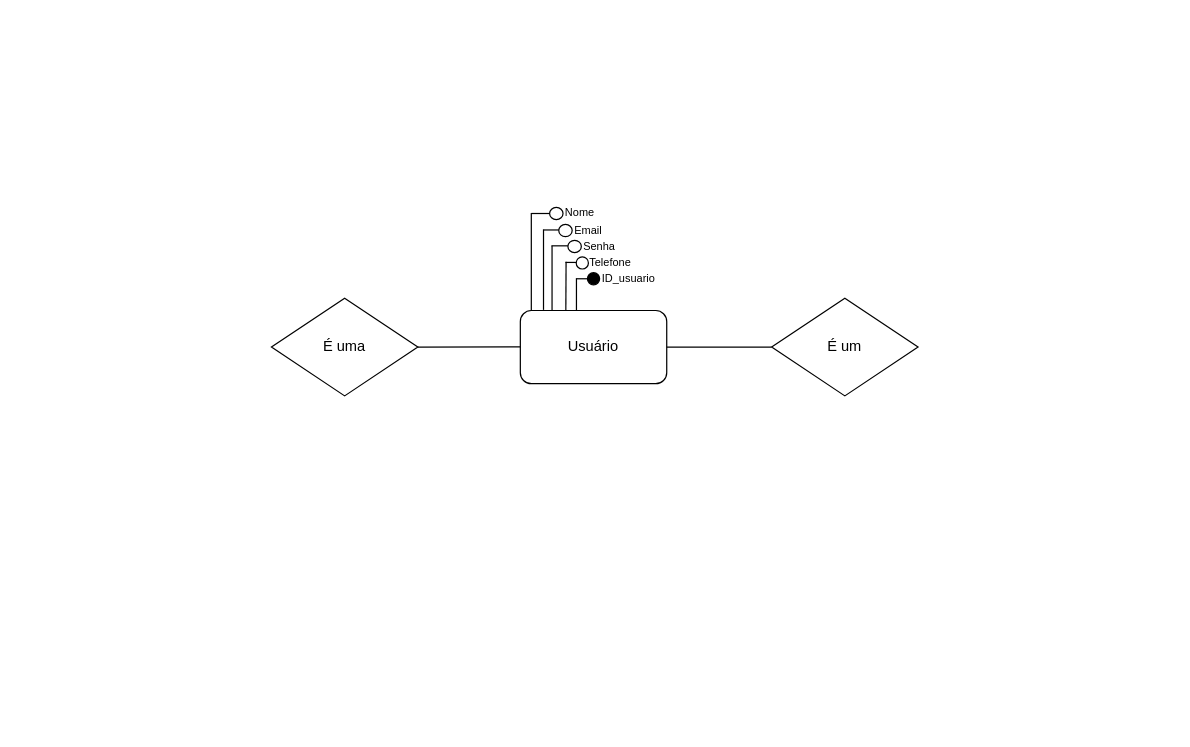
Before: Diagrama sem nome.drawio in Scoorpioon/TheGamersDream, a draw.io diagram. Source tidied: cells renumbered, new cells numbered last; positions are measured from the earlier drawing's top-left corner, leaving out a move shared by most shapes. Both pictures are drawn from the tidied source at 122%, with x=0, y=0 at pixel (271, 196).
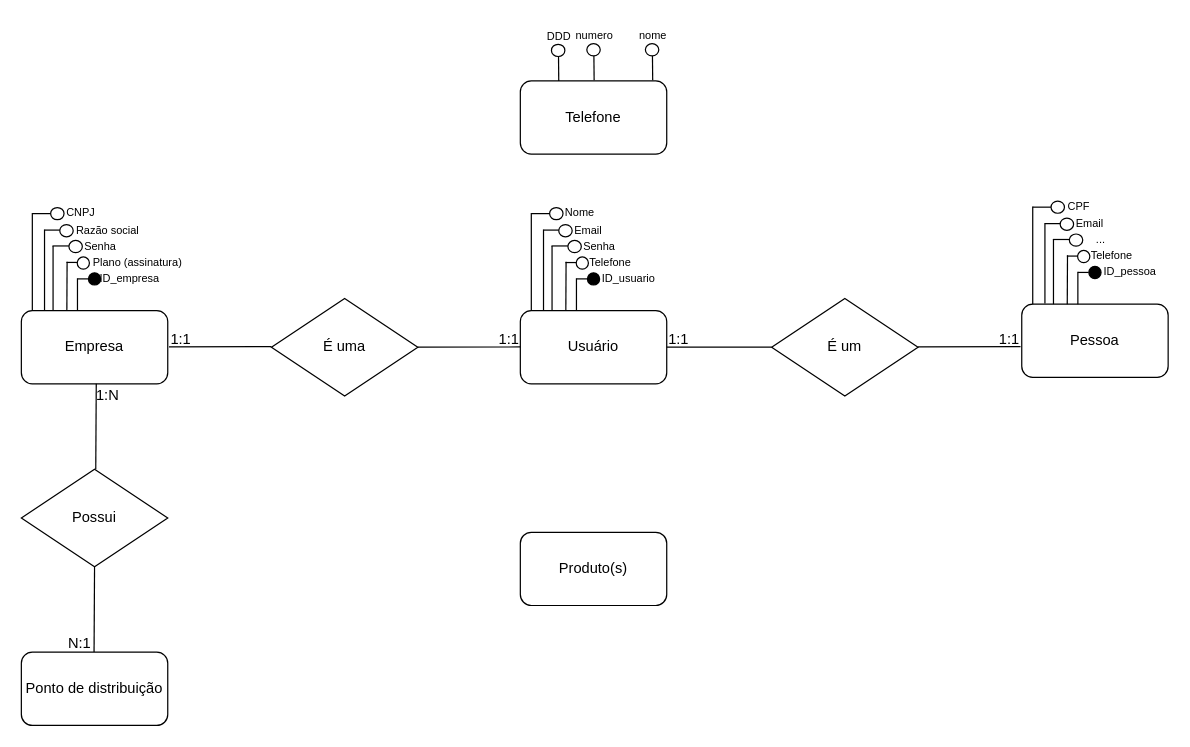
The same page after the edit.

Commit message:
Login versao 1

Diff of the diagram source:
```diff
@@
     <mxCell id="2" value="Usuário" style="rounded=1;whiteSpace=wrap;html=1;fontSize=12;glass=0;strokeWidth=1;shadow=0;" parent="1" vertex="1">
-      <mxGeometry x="204" y="93" width="120" height="60" as="geometry" />
+      <mxGeometry x="204" y="93.1" width="120" height="60" as="geometry" />
     </mxCell>
     <mxCell id="3" style="group;" parent="1" vertex="1">
-      <mxGeometry x="213" width="60" height="28.5" as="geometry" />
+      <mxGeometry x="213" y="0.1" width="60" height="28.5" as="geometry" />
     </mxCell>
@@
     <mxCell id="7" style="endArrow=none;html=1;rounded=0;" parent="1" edge="1">
       <mxGeometry relative="1" as="geometry">
-        <mxPoint x="213" y="93" as="sourcePoint" />
-        <mxPoint x="213" y="13" as="targetPoint" />
+        <mxPoint x="213" y="93.1" as="sourcePoint" />
+        <mxPoint x="213" y="13.1" as="targetPoint" />
       </mxGeometry>
     </mxCell>
     <mxCell id="8" style="group;" parent="1" vertex="1">
-      <mxGeometry x="250" y="49.5" width="60" height="43.5" as="geometry" />
+      <mxGeometry x="250" y="49.6" width="60" height="43.5" as="geometry" />
     </mxCell>
@@
     <mxCell id="14" style="endArrow=none;html=1;rounded=0;entryX=0;entryY=0.5;entryDx=0;entryDy=0;" parent="1" edge="1">
       <mxGeometry relative="1" as="geometry">
-        <mxPoint x="223" y="27" as="sourcePoint" />
-        <mxPoint x="236" y="27" as="targetPoint" />
+        <mxPoint x="223" y="27.1" as="sourcePoint" />
+        <mxPoint x="236" y="27.1" as="targetPoint" />
       </mxGeometry>
     </mxCell>
     <mxCell id="15" style="endArrow=none;html=1;rounded=0;" parent="1" edge="1">
       <mxGeometry relative="1" as="geometry">
-        <mxPoint x="230" y="93" as="sourcePoint" />
-        <mxPoint x="230" y="40" as="targetPoint" />
+        <mxPoint x="230" y="93.1" as="sourcePoint" />
+        <mxPoint x="230" y="40.1" as="targetPoint" />
       </mxGeometry>
     </mxCell>
     <mxCell id="16" style="endArrow=none;html=1;rounded=0;" parent="1" edge="1">
       <mxGeometry relative="1" as="geometry">
-        <mxPoint x="229.5" y="40" as="sourcePoint" />
-        <mxPoint x="243" y="40" as="targetPoint" />
+        <mxPoint x="229.5" y="40.1" as="sourcePoint" />
+        <mxPoint x="243" y="40.1" as="targetPoint" />
       </mxGeometry>
     </mxCell>
     <mxCell id="17" style="group;" parent="1" vertex="1">
-      <mxGeometry x="130" y="43" width="163.5" height="50" as="geometry" />
+      <mxGeometry x="130" y="43.1" width="163.5" height="50" as="geometry" />
     </mxCell>
@@
     <mxCell id="22" style="ellipse;whiteSpace=wrap;html=1;strokeWidth=1;fillStyle=auto;" parent="1" vertex="1">
-      <mxGeometry x="235.5" y="22.5" width="11" height="10" as="geometry" />
+      <mxGeometry x="235.5" y="22.6" width="11" height="10" as="geometry" />
     </mxCell>
     <mxCell id="23" style="endArrow=none;html=1;rounded=0;" parent="1" edge="1">
       <mxGeometry relative="1" as="geometry">
-        <mxPoint x="250" y="67" as="sourcePoint" />
-        <mxPoint x="258.8" y="67" as="targetPoint" />
+        <mxPoint x="250" y="67.1" as="sourcePoint" />
+        <mxPoint x="258.8" y="67.1" as="targetPoint" />
       </mxGeometry>
     </mxCell>
     <mxCell id="24" style="ellipse;whiteSpace=wrap;html=1;strokeWidth=1;fillStyle=auto;fillColor=#000000;strokeColor=#000000;" parent="1" vertex="1">
-      <mxGeometry x="259" y="62" width="10" height="10" as="geometry" />
+      <mxGeometry x="259" y="62.1" width="10" height="10" as="geometry" />
     </mxCell>
     <mxCell id="25" value="ID_usuario" style="text;html=1;align=center;verticalAlign=middle;whiteSpace=wrap;rounded=0;fontSize=9;" parent="1" vertex="1">
-      <mxGeometry x="280" y="59" width="26.1" height="15.3" as="geometry" />
+      <mxGeometry x="280" y="59.1" width="26.1" height="15.3" as="geometry" />
     </mxCell>
     <mxCell id="26" style="endArrow=none;html=1;rounded=0;" parent="1" edge="1">
       <mxGeometry relative="1" as="geometry">
-        <mxPoint x="120" y="123" as="sourcePoint" />
-        <mxPoint x="204" y="122.8" as="targetPoint" />
+        <mxPoint x="120" y="123.1" as="sourcePoint" />
+        <mxPoint x="204" y="122.9" as="targetPoint" />
       </mxGeometry>
     </mxCell>
     <mxCell id="27" style="endArrow=none;html=1;rounded=0;" parent="1" edge="1">
       <mxGeometry relative="1" as="geometry">
-        <mxPoint x="324" y="123" as="sourcePoint" />
-        <mxPoint x="410" y="123" as="targetPoint" />
+        <mxPoint x="324" y="123.1" as="sourcePoint" />
+        <mxPoint x="410" y="123.1" as="targetPoint" />
       </mxGeometry>
     </mxCell>
     <mxCell id="28" value="É uma" style="rhombus;whiteSpace=wrap;html=1;" parent="1" vertex="1">
-      <mxGeometry y="83" width="120" height="80" as="geometry" />
+      <mxGeometry y="83.1" width="120" height="80" as="geometry" />
     </mxCell>
     <mxCell id="29" value="É um" style="rhombus;whiteSpace=wrap;html=1;" parent="1" vertex="1">
-      <mxGeometry x="410" y="83" width="120" height="80" as="geometry" />
+      <mxGeometry x="410" y="83.1" width="120" height="80" as="geometry" />
     </mxCell>
+    <mxCell id="30" style="endArrow=none;html=1;rounded=0;" parent="1" edge="1">
+      <mxGeometry relative="1" as="geometry">
+        <mxPoint x="-84" y="122.8" as="sourcePoint" />
+        <mxPoint y="122.6" as="targetPoint" />
+      </mxGeometry>
+    </mxCell>
+    <mxCell id="31" style="endArrow=none;html=1;rounded=0;" parent="1" edge="1">
+      <mxGeometry relative="1" as="geometry">
+        <mxPoint x="530" y="122.8" as="sourcePoint" />
+        <mxPoint x="614" y="122.6" as="targetPoint" />
+      </mxGeometry>
+    </mxCell>
+    <mxCell id="32" value="Empresa" style="rounded=1;whiteSpace=wrap;html=1;fontSize=12;glass=0;strokeWidth=1;shadow=0;" parent="1" vertex="1">
+      <mxGeometry x="-205" y="93.1" width="120" height="60" as="geometry" />
+    </mxCell>
+    <mxCell id="33" style="group;" parent="1" vertex="1">
+      <mxGeometry x="-196" y="0.1" width="60" height="28.5" as="geometry" />
+    </mxCell>
+    <mxCell id="34" style="endArrow=none;html=1;rounded=0;" parent="33" edge="1">
+      <mxGeometry relative="1" as="geometry">
+        <mxPoint y="13.5" as="sourcePoint" />
+        <mxPoint x="20" y="13.5" as="targetPoint" />
+      </mxGeometry>
+    </mxCell>
+    <mxCell id="35" style="ellipse;whiteSpace=wrap;html=1;strokeWidth=1;fillStyle=auto;" parent="33" vertex="1">
+      <mxGeometry x="15" y="8.5" width="11" height="10" as="geometry" />
+    </mxCell>
+    <mxCell id="36" value="CNPJ" style="text;html=1;align=center;verticalAlign=middle;whiteSpace=wrap;rounded=0;fontSize=9;" parent="33" vertex="1">
+      <mxGeometry x="20" width="40" height="25" as="geometry" />
+    </mxCell>
+    <mxCell id="37" style="endArrow=none;html=1;rounded=0;" parent="1" edge="1">
+      <mxGeometry relative="1" as="geometry">
+        <mxPoint x="-196" y="93.1" as="sourcePoint" />
+        <mxPoint x="-196" y="13.1" as="targetPoint" />
+      </mxGeometry>
+    </mxCell>
+    <mxCell id="38" style="group;" parent="1" vertex="1">
+      <mxGeometry x="-159" y="49.6" width="60" height="43.5" as="geometry" />
+    </mxCell>
+    <mxCell id="39" style="endArrow=none;html=1;rounded=0;" parent="38" edge="1">
+      <mxGeometry relative="1" as="geometry">
+        <mxPoint x="-27" y="43" as="sourcePoint" />
+        <mxPoint x="-27" y="-23" as="targetPoint" />
+      </mxGeometry>
+    </mxCell>
+    <mxCell id="40" value="Razão social" style="text;html=1;align=center;verticalAlign=middle;whiteSpace=wrap;rounded=0;fontSize=9;" parent="38" vertex="1">
+      <mxGeometry x="-10" y="-34.5" width="70" height="25" as="geometry" />
+    </mxCell>
+    <mxCell id="41" style="ellipse;whiteSpace=wrap;html=1;strokeWidth=1;fillStyle=auto;" parent="38" vertex="1">
+      <mxGeometry x="-7" y="-14" width="11" height="10" as="geometry" />
+    </mxCell>
+    <mxCell id="42" value="Senha" style="text;html=1;align=center;verticalAlign=middle;whiteSpace=wrap;rounded=0;fontSize=9;" parent="38" vertex="1">
+      <mxGeometry x="-1" y="-21.5" width="40" height="25" as="geometry" />
+    </mxCell>
+    <mxCell id="43" style="endArrow=none;html=1;rounded=0;" parent="38" edge="1">
+      <mxGeometry relative="1" as="geometry">
+        <mxPoint y="43.5" as="sourcePoint" />
+        <mxPoint y="17" as="targetPoint" />
+      </mxGeometry>
+    </mxCell>
+    <mxCell id="44" style="endArrow=none;html=1;rounded=0;entryX=0;entryY=0.5;entryDx=0;entryDy=0;" parent="1" edge="1">
+      <mxGeometry relative="1" as="geometry">
+        <mxPoint x="-186" y="27.1" as="sourcePoint" />
+        <mxPoint x="-173" y="27.1" as="targetPoint" />
+      </mxGeometry>
+    </mxCell>
+    <mxCell id="45" style="endArrow=none;html=1;rounded=0;" parent="1" edge="1">
+      <mxGeometry relative="1" as="geometry">
+        <mxPoint x="-179" y="93.1" as="sourcePoint" />
+        <mxPoint x="-179" y="40.1" as="targetPoint" />
+      </mxGeometry>
+    </mxCell>
+    <mxCell id="46" style="endArrow=none;html=1;rounded=0;" parent="1" edge="1">
+      <mxGeometry relative="1" as="geometry">
+        <mxPoint x="-179.5" y="40.1" as="sourcePoint" />
+        <mxPoint x="-166" y="40.1" as="targetPoint" />
+      </mxGeometry>
+    </mxCell>
+    <mxCell id="47" style="ellipse;whiteSpace=wrap;html=1;strokeWidth=1;fillStyle=auto;" parent="1" vertex="1">
+      <mxGeometry x="-159.2" y="49.1" width="10" height="10" as="geometry" />
+    </mxCell>
+    <mxCell id="48" value="Plano (assinatura)" style="text;html=1;align=center;verticalAlign=middle;whiteSpace=wrap;rounded=0;fontSize=9;" parent="1" vertex="1">
+      <mxGeometry x="-148.6" y="46.1" width="78.6" height="15.3" as="geometry" />
+    </mxCell>
+    <mxCell id="49" style="endArrow=none;html=1;rounded=0;" parent="1" edge="1">
+      <mxGeometry relative="1" as="geometry">
+        <mxPoint x="-167.7" y="93.1" as="sourcePoint" />
+        <mxPoint x="-167.5" y="53.1" as="targetPoint" />
+      </mxGeometry>
+    </mxCell>
+    <mxCell id="50" style="endArrow=none;html=1;rounded=0;" parent="1" edge="1">
+      <mxGeometry relative="1" as="geometry">
+        <mxPoint x="-168" y="53.6" as="sourcePoint" />
+        <mxPoint x="-159.2" y="53.6" as="targetPoint" />
+      </mxGeometry>
+    </mxCell>
+    <mxCell id="51" style="ellipse;whiteSpace=wrap;html=1;strokeWidth=1;fillStyle=auto;" parent="1" vertex="1">
+      <mxGeometry x="-173.5" y="22.6" width="11" height="10" as="geometry" />
+    </mxCell>
+    <mxCell id="52" style="endArrow=none;html=1;rounded=0;" parent="1" edge="1">
+      <mxGeometry relative="1" as="geometry">
+        <mxPoint x="-159" y="67.1" as="sourcePoint" />
+        <mxPoint x="-150.2" y="67.1" as="targetPoint" />
+      </mxGeometry>
+    </mxCell>
+    <mxCell id="53" style="ellipse;whiteSpace=wrap;html=1;strokeWidth=1;fillStyle=auto;fillColor=#000000;strokeColor=#000000;" parent="1" vertex="1">
+      <mxGeometry x="-150" y="62.1" width="10" height="10" as="geometry" />
+    </mxCell>
+    <mxCell id="54" value="ID_empresa" style="text;html=1;align=center;verticalAlign=middle;whiteSpace=wrap;rounded=0;fontSize=9;" parent="1" vertex="1">
+      <mxGeometry x="-129" y="59.1" width="26.1" height="15.3" as="geometry" />
+    </mxCell>
+    <mxCell id="55" value="Pessoa" style="rounded=1;whiteSpace=wrap;html=1;fontSize=12;glass=0;strokeWidth=1;shadow=0;" parent="1" vertex="1">
+      <mxGeometry x="615" y="87.8" width="120" height="60" as="geometry" />
+    </mxCell>
+    <mxCell id="56" style="group;" parent="1" vertex="1">
+      <mxGeometry x="624" y="-5.2" width="60" height="28.5" as="geometry" />
+    </mxCell>
+    <mxCell id="57" style="endArrow=none;html=1;rounded=0;" parent="56" edge="1">
+      <mxGeometry relative="1" as="geometry">
+        <mxPoint y="13.5" as="sourcePoint" />
+        <mxPoint x="20" y="13.5" as="targetPoint" />
+      </mxGeometry>
+    </mxCell>
+    <mxCell id="58" style="ellipse;whiteSpace=wrap;html=1;strokeWidth=1;fillStyle=auto;" parent="56" vertex="1">
+      <mxGeometry x="15" y="8.5" width="11" height="10" as="geometry" />
+    </mxCell>
+    <mxCell id="59" value="CPF" style="text;html=1;align=center;verticalAlign=middle;whiteSpace=wrap;rounded=0;fontSize=9;" parent="56" vertex="1">
+      <mxGeometry x="18" y="1" width="40" height="25" as="geometry" />
+    </mxCell>
+    <mxCell id="60" style="endArrow=none;html=1;rounded=0;" parent="1" edge="1">
+      <mxGeometry relative="1" as="geometry">
+        <mxPoint x="624" y="87.8" as="sourcePoint" />
+        <mxPoint x="624" y="7.8" as="targetPoint" />
+      </mxGeometry>
+    </mxCell>
+    <mxCell id="61" style="group;" parent="1" vertex="1">
+      <mxGeometry x="661" y="44.3" width="60" height="43.5" as="geometry" />
+    </mxCell>
+    <mxCell id="62" style="endArrow=none;html=1;rounded=0;" parent="61" edge="1">
+      <mxGeometry relative="1" as="geometry">
+        <mxPoint x="-27" y="43" as="sourcePoint" />
+        <mxPoint x="-27" y="-23" as="targetPoint" />
+      </mxGeometry>
+    </mxCell>
+    <mxCell id="63" value="Email" style="text;html=1;align=center;verticalAlign=middle;whiteSpace=wrap;rounded=0;fontSize=9;" parent="61" vertex="1">
+      <mxGeometry x="-10" y="-34.5" width="40" height="25" as="geometry" />
+    </mxCell>
+    <mxCell id="64" style="ellipse;whiteSpace=wrap;html=1;strokeWidth=1;fillStyle=auto;" parent="61" vertex="1">
+      <mxGeometry x="-7" y="-14" width="11" height="10" as="geometry" />
+    </mxCell>
+    <mxCell id="65" value="..." style="text;html=1;align=center;verticalAlign=middle;whiteSpace=wrap;rounded=0;fontSize=9;" parent="61" vertex="1">
+      <mxGeometry x="-1" y="-21.5" width="40" height="25" as="geometry" />
+    </mxCell>
+    <mxCell id="66" style="endArrow=none;html=1;rounded=0;" parent="61" edge="1">
+      <mxGeometry relative="1" as="geometry">
+        <mxPoint y="43.5" as="sourcePoint" />
+        <mxPoint y="17" as="targetPoint" />
+      </mxGeometry>
+    </mxCell>
+    <mxCell id="67" style="endArrow=none;html=1;rounded=0;entryX=0;entryY=0.5;entryDx=0;entryDy=0;" parent="1" edge="1">
+      <mxGeometry relative="1" as="geometry">
+        <mxPoint x="634" y="21.8" as="sourcePoint" />
+        <mxPoint x="647" y="21.8" as="targetPoint" />
+      </mxGeometry>
+    </mxCell>
+    <mxCell id="68" style="endArrow=none;html=1;rounded=0;" parent="1" edge="1">
+      <mxGeometry relative="1" as="geometry">
+        <mxPoint x="641" y="87.8" as="sourcePoint" />
+        <mxPoint x="641" y="34.8" as="targetPoint" />
+      </mxGeometry>
+    </mxCell>
+    <mxCell id="69" style="endArrow=none;html=1;rounded=0;" parent="1" edge="1">
+      <mxGeometry relative="1" as="geometry">
+        <mxPoint x="640.5" y="34.8" as="sourcePoint" />
+        <mxPoint x="654" y="34.8" as="targetPoint" />
+      </mxGeometry>
+    </mxCell>
+    <mxCell id="70" style="ellipse;whiteSpace=wrap;html=1;strokeWidth=1;fillStyle=auto;" parent="1" vertex="1">
+      <mxGeometry x="660.8" y="43.8" width="10" height="10" as="geometry" />
+    </mxCell>
+    <mxCell id="71" value="Telefone" style="text;html=1;align=center;verticalAlign=middle;whiteSpace=wrap;rounded=0;fontSize=9;" parent="1" vertex="1">
+      <mxGeometry x="676.4" y="40.8" width="26.1" height="15.3" as="geometry" />
+    </mxCell>
+    <mxCell id="72" style="endArrow=none;html=1;rounded=0;" parent="1" edge="1">
+      <mxGeometry relative="1" as="geometry">
+        <mxPoint x="652.3" y="87.8" as="sourcePoint" />
+        <mxPoint x="652.5" y="47.8" as="targetPoint" />
+      </mxGeometry>
+    </mxCell>
+    <mxCell id="73" style="endArrow=none;html=1;rounded=0;" parent="1" edge="1">
+      <mxGeometry relative="1" as="geometry">
+        <mxPoint x="652" y="48.4" as="sourcePoint" />
+        <mxPoint x="660.8" y="48.4" as="targetPoint" />
+      </mxGeometry>
+    </mxCell>
+    <mxCell id="74" style="ellipse;whiteSpace=wrap;html=1;strokeWidth=1;fillStyle=auto;" parent="1" vertex="1">
+      <mxGeometry x="646.5" y="17.3" width="11" height="10" as="geometry" />
+    </mxCell>
+    <mxCell id="75" style="endArrow=none;html=1;rounded=0;" parent="1" edge="1">
+      <mxGeometry relative="1" as="geometry">
+        <mxPoint x="661" y="61.8" as="sourcePoint" />
+        <mxPoint x="669.8" y="61.8" as="targetPoint" />
+      </mxGeometry>
+    </mxCell>
+    <mxCell id="76" style="ellipse;whiteSpace=wrap;html=1;strokeWidth=1;fillStyle=auto;fillColor=#000000;strokeColor=#000000;" parent="1" vertex="1">
+      <mxGeometry x="670" y="56.8" width="10" height="10" as="geometry" />
+    </mxCell>
+    <mxCell id="77" value="ID_pessoa" style="text;html=1;align=center;verticalAlign=middle;whiteSpace=wrap;rounded=0;fontSize=9;" parent="1" vertex="1">
+      <mxGeometry x="691" y="53.8" width="26.1" height="15.3" as="geometry" />
+    </mxCell>
+    <mxCell id="78" style="endArrow=none;html=1;rounded=0;" parent="1" edge="1">
+      <mxGeometry relative="1" as="geometry">
+        <mxPoint x="-143.6" y="153.1" as="sourcePoint" />
+        <mxPoint x="-144" y="223.1" as="targetPoint" />
+      </mxGeometry>
+    </mxCell>
+    <mxCell id="79" value="Possui" style="rhombus;whiteSpace=wrap;html=1;" parent="1" vertex="1">
+      <mxGeometry x="-205" y="223.1" width="120" height="80" as="geometry" />
+    </mxCell>
+    <mxCell id="80" style="endArrow=none;html=1;rounded=0;" parent="1" edge="1">
+      <mxGeometry relative="1" as="geometry">
+        <mxPoint x="-145" y="303.1" as="sourcePoint" />
+        <mxPoint x="-145.4" y="373.1" as="targetPoint" />
+      </mxGeometry>
+    </mxCell>
+    <mxCell id="81" value="Ponto de distribuição" style="rounded=1;whiteSpace=wrap;html=1;fontSize=12;glass=0;strokeWidth=1;shadow=0;" parent="1" vertex="1">
+      <mxGeometry x="-205" y="373.1" width="120" height="60" as="geometry" />
+    </mxCell>
+    <mxCell id="82" value="1:1" style="text;html=1;align=center;verticalAlign=middle;whiteSpace=wrap;rounded=0;" parent="1" vertex="1">
+      <mxGeometry x="-84" y="101.8" width="20" height="30" as="geometry" />
+    </mxCell>
+    <mxCell id="83" value="1:1" style="text;html=1;align=center;verticalAlign=middle;whiteSpace=wrap;rounded=0;" parent="1" vertex="1">
+      <mxGeometry x="185" y="101.8" width="20" height="30" as="geometry" />
+    </mxCell>
+    <mxCell id="84" value="1:1" style="text;html=1;align=center;verticalAlign=middle;whiteSpace=wrap;rounded=0;" parent="1" vertex="1">
+      <mxGeometry x="324" y="101.8" width="20" height="30" as="geometry" />
+    </mxCell>
+    <mxCell id="85" value="1:1" style="text;html=1;align=center;verticalAlign=middle;whiteSpace=wrap;rounded=0;" parent="1" vertex="1">
+      <mxGeometry x="595" y="101.8" width="20" height="30" as="geometry" />
+    </mxCell>
+    <mxCell id="86" value="1:N" style="text;html=1;align=center;verticalAlign=middle;whiteSpace=wrap;rounded=0;" parent="1" vertex="1">
+      <mxGeometry x="-143.6" y="147.8" width="20" height="30" as="geometry" />
+    </mxCell>
+    <mxCell id="87" value="N:1" style="text;html=1;align=center;verticalAlign=middle;whiteSpace=wrap;rounded=0;" parent="1" vertex="1">
+      <mxGeometry x="-167.2" y="351.1" width="20" height="30" as="geometry" />
+    </mxCell>
+    <mxCell id="88" value="Telefone" style="rounded=1;whiteSpace=wrap;html=1;fontSize=12;glass=0;strokeWidth=1;shadow=0;" parent="1" vertex="1">
+      <mxGeometry x="204" y="-95.2" width="120" height="60" as="geometry" />
+    </mxCell>
+    <mxCell id="89" style="group;" parent="1" vertex="1">
+      <mxGeometry x="196" y="-143.7" width="60" height="48.5" as="geometry" />
+    </mxCell>
+    <mxCell id="90" style="endArrow=none;html=1;rounded=0;" parent="89" edge="1">
+      <mxGeometry relative="1" as="geometry">
+        <mxPoint x="39.5" y="48.5" as="sourcePoint" />
+        <mxPoint x="39.3" y="28.5" as="targetPoint" />
+      </mxGeometry>
+    </mxCell>
+    <mxCell id="91" style="ellipse;whiteSpace=wrap;html=1;strokeWidth=1;fillStyle=auto;" parent="89" vertex="1">
+      <mxGeometry x="33.5" y="18.5" width="11" height="10" as="geometry" />
+    </mxCell>
+    <mxCell id="92" style="group;" parent="89" vertex="1">
+      <mxGeometry width="60" height="28.5" as="geometry" />
+    </mxCell>
+    <mxCell id="93" value="DDD" style="text;html=1;align=center;verticalAlign=middle;whiteSpace=wrap;rounded=0;fontSize=9;" parent="92" vertex="1">
+      <mxGeometry x="20" width="40" height="25" as="geometry" />
+    </mxCell>
+    <mxCell id="94" style="group;" parent="1" vertex="1">
+      <mxGeometry x="225" y="-144.2" width="60" height="48.5" as="geometry" />
+    </mxCell>
+    <mxCell id="95" style="endArrow=none;html=1;rounded=0;" parent="94" edge="1">
+      <mxGeometry relative="1" as="geometry">
+        <mxPoint x="39.5" y="48.5" as="sourcePoint" />
+        <mxPoint x="39.3" y="28.5" as="targetPoint" />
+      </mxGeometry>
+    </mxCell>
+    <mxCell id="96" style="ellipse;whiteSpace=wrap;html=1;strokeWidth=1;fillStyle=auto;" parent="94" vertex="1">
+      <mxGeometry x="33.5" y="18.5" width="11" height="10" as="geometry" />
+    </mxCell>
+    <mxCell id="97" style="group;" parent="94" vertex="1">
+      <mxGeometry width="60" height="28.5" as="geometry" />
+    </mxCell>
+    <mxCell id="98" value="numero" style="text;html=1;align=center;verticalAlign=middle;whiteSpace=wrap;rounded=0;fontSize=9;" parent="97" vertex="1">
+      <mxGeometry x="20" width="40" height="25" as="geometry" />
+    </mxCell>
+    <mxCell id="99" style="group;" parent="1" vertex="1">
+      <mxGeometry x="273" y="-144.2" width="60" height="48.5" as="geometry" />
+    </mxCell>
+    <mxCell id="100" style="endArrow=none;html=1;rounded=0;" parent="99" edge="1">
+      <mxGeometry relative="1" as="geometry">
+        <mxPoint x="39.5" y="48.5" as="sourcePoint" />
+        <mxPoint x="39.3" y="28.5" as="targetPoint" />
+      </mxGeometry>
+    </mxCell>
+    <mxCell id="101" style="ellipse;whiteSpace=wrap;html=1;strokeWidth=1;fillStyle=auto;" parent="99" vertex="1">
+      <mxGeometry x="33.5" y="18.5" width="11" height="10" as="geometry" />
+    </mxCell>
+    <mxCell id="102" style="group;" parent="99" vertex="1">
+      <mxGeometry width="60" height="28.5" as="geometry" />
+    </mxCell>
+    <mxCell id="103" value="nome" style="text;html=1;align=center;verticalAlign=middle;whiteSpace=wrap;rounded=0;fontSize=9;" parent="102" vertex="1">
+      <mxGeometry x="20" width="40" height="25" as="geometry" />
+    </mxCell>
+    <mxCell id="104" value="Produto(s)" style="rounded=1;whiteSpace=wrap;html=1;fontSize=12;glass=0;strokeWidth=1;shadow=0;" parent="1" vertex="1">
+      <mxGeometry x="204" y="274.8" width="120" height="60" as="geometry" />
+    </mxCell>
```
